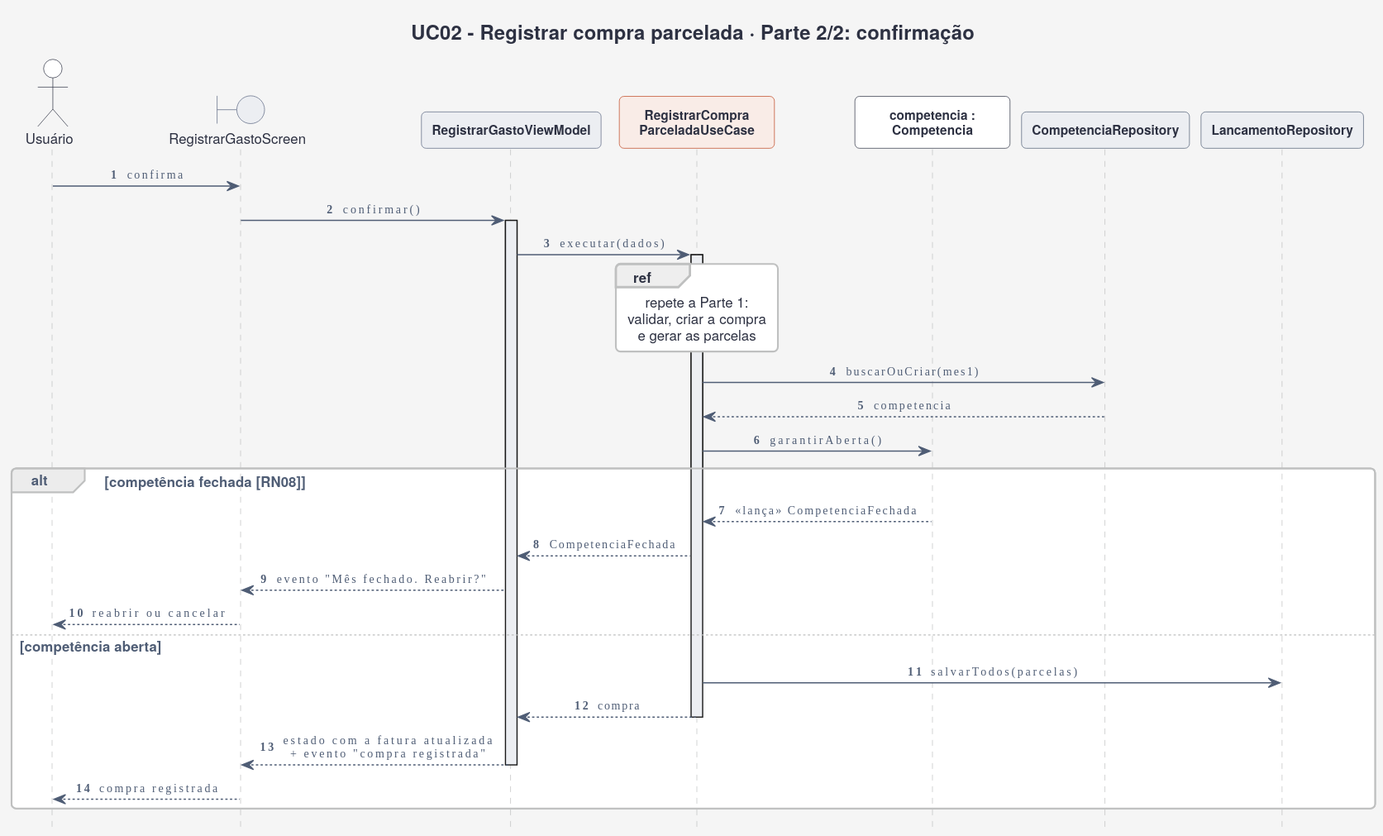
Earlier version of the PlantUML export docs/uml/sequencia-uc02-2-confirmacao.svg (gabrielfbarbosa/gasto-certo). Source of this version:
```plantuml
@startuml
!include estilo.iuml
hide footbox
hide <<foco>> stereotype
autonumber "<b>0"
title UC02 - Registrar compra parcelada · Parte 2/2: confirmação

actor "Usuário" as U
boundary "RegistrarGastoScreen" as Tela
participant "RegistrarGastoViewModel" as VM <<viewmodel>>
participant "RegistrarCompra\nParceladaUseCase" as UC <<foco>>
participant "competencia :\nCompetencia" as Comp
participant "CompetenciaRepository" as CRepo <<repositório>>
participant "LancamentoRepository" as LRepo <<repositório>>

U -> Tela : confirma
Tela -> VM : confirmar()
activate VM
VM -> UC : executar(dados)
activate UC
ref over UC : repete a Parte 1:\nvalidar, criar a compra\ne gerar as parcelas
UC -> CRepo : buscarOuCriar(mes1)
CRepo --> UC : competencia
UC -> Comp : garantirAberta()
alt competência fechada [RN08]
  Comp --> UC : <<lança>> CompetenciaFechada
  UC --> VM : CompetenciaFechada
  VM --> Tela : evento "Mês fechado. Reabrir?"
  Tela --> U : reabrir ou cancelar
else competência aberta
  UC -> LRepo : salvarTodos(parcelas)
  UC --> VM : compra
  deactivate UC
  VM --> Tela : estado com a fatura atualizada\n+ evento "compra registrada"
  deactivate VM
  Tela --> U : compra registrada
end
@enduml
```
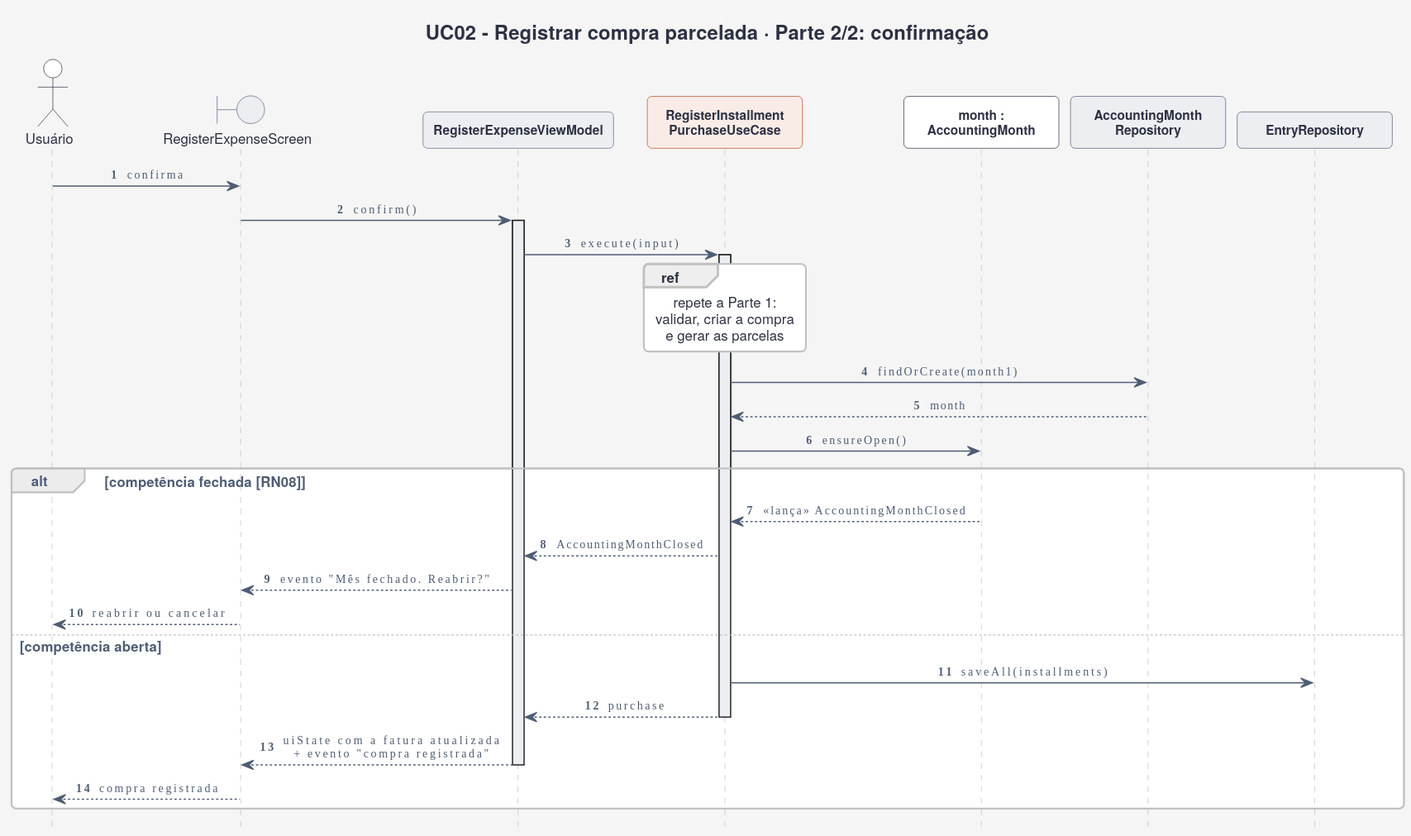
After the change.

Diff of the diagram source:
```diff
@@ -6,32 +6,32 @@
 title UC02 - Registrar compra parcelada · Parte 2/2: confirmação
 
 actor "Usuário" as U
-boundary "RegistrarGastoScreen" as Tela
-participant "RegistrarGastoViewModel" as VM <<viewmodel>>
-participant "RegistrarCompra\nParceladaUseCase" as UC <<foco>>
-participant "competencia :\nCompetencia" as Comp
-participant "CompetenciaRepository" as CRepo <<repositório>>
-participant "LancamentoRepository" as LRepo <<repositório>>
+boundary "RegisterExpenseScreen" as Tela
+participant "RegisterExpenseViewModel" as VM <<viewmodel>>
+participant "RegisterInstallment\nPurchaseUseCase" as UC <<foco>>
+participant "month :\nAccountingMonth" as Comp
+participant "AccountingMonth\nRepository" as CRepo <<repositório>>
+participant "EntryRepository" as LRepo <<repositório>>
 
 U -> Tela : confirma
-Tela -> VM : confirmar()
+Tela -> VM : confirm()
 activate VM
-VM -> UC : executar(dados)
+VM -> UC : execute(input)
 activate UC
 ref over UC : repete a Parte 1:\nvalidar, criar a compra\ne gerar as parcelas
-UC -> CRepo : buscarOuCriar(mes1)
-CRepo --> UC : competencia
-UC -> Comp : garantirAberta()
+UC -> CRepo : findOrCreate(month1)
+CRepo --> UC : month
+UC -> Comp : ensureOpen()
 alt competência fechada [RN08]
-  Comp --> UC : <<lança>> CompetenciaFechada
-  UC --> VM : CompetenciaFechada
+  Comp --> UC : <<lança>> AccountingMonthClosed
+  UC --> VM : AccountingMonthClosed
   VM --> Tela : evento "Mês fechado. Reabrir?"
   Tela --> U : reabrir ou cancelar
 else competência aberta
-  UC -> LRepo : salvarTodos(parcelas)
-  UC --> VM : compra
+  UC -> LRepo : saveAll(installments)
+  UC --> VM : purchase
   deactivate UC
-  VM --> Tela : estado com a fatura atualizada\n+ evento "compra registrada"
+  VM --> Tela : uiState com a fatura atualizada\n+ evento "compra registrada"
   deactivate VM
   Tela --> U : compra registrada
 end
```
